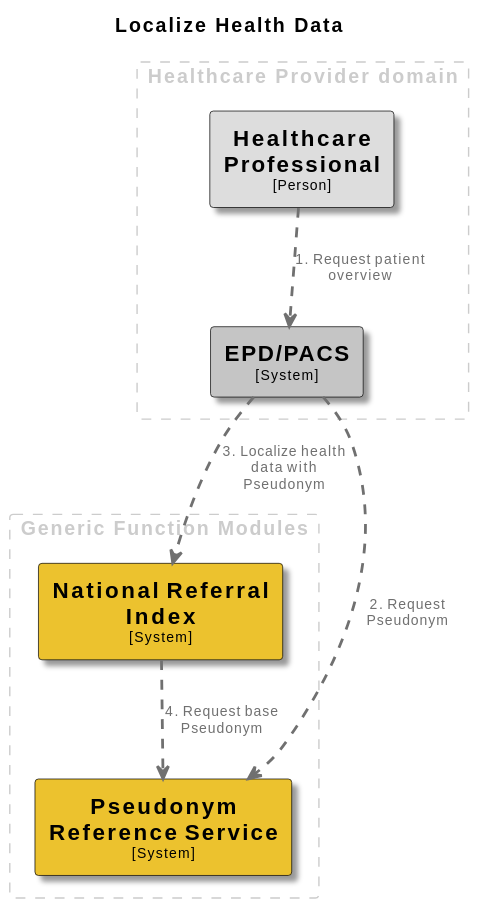
Earlier version of the PlantUML export docs/images/structurizr-LocalizeHealthData.svg (minvws/gfmodules-coordination).
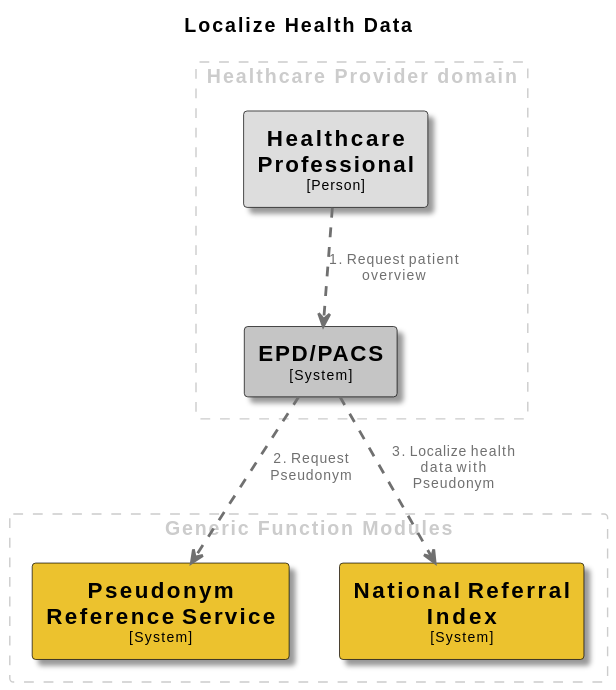
Above is the later version.

The edit, as a diff of the source:
```diff
@@ -59,5 +59,4 @@
 HealthcareProfessional .[#707070,thickness=2].> EPDPACS : "<color:#707070>1. Request patient overview"
 EPDPACS .[#707070,thickness=2].> PseudonymReferenceService : "<color:#707070>2. Request Pseudonym"
 EPDPACS .[#707070,thickness=2].> NationalReferralIndex : "<color:#707070>3. Localize health data with Pseudonym"
-NationalReferralIndex .[#707070,thickness=2].> PseudonymReferenceService : "<color:#707070>4. Request base Pseudonym"
 @enduml
```
